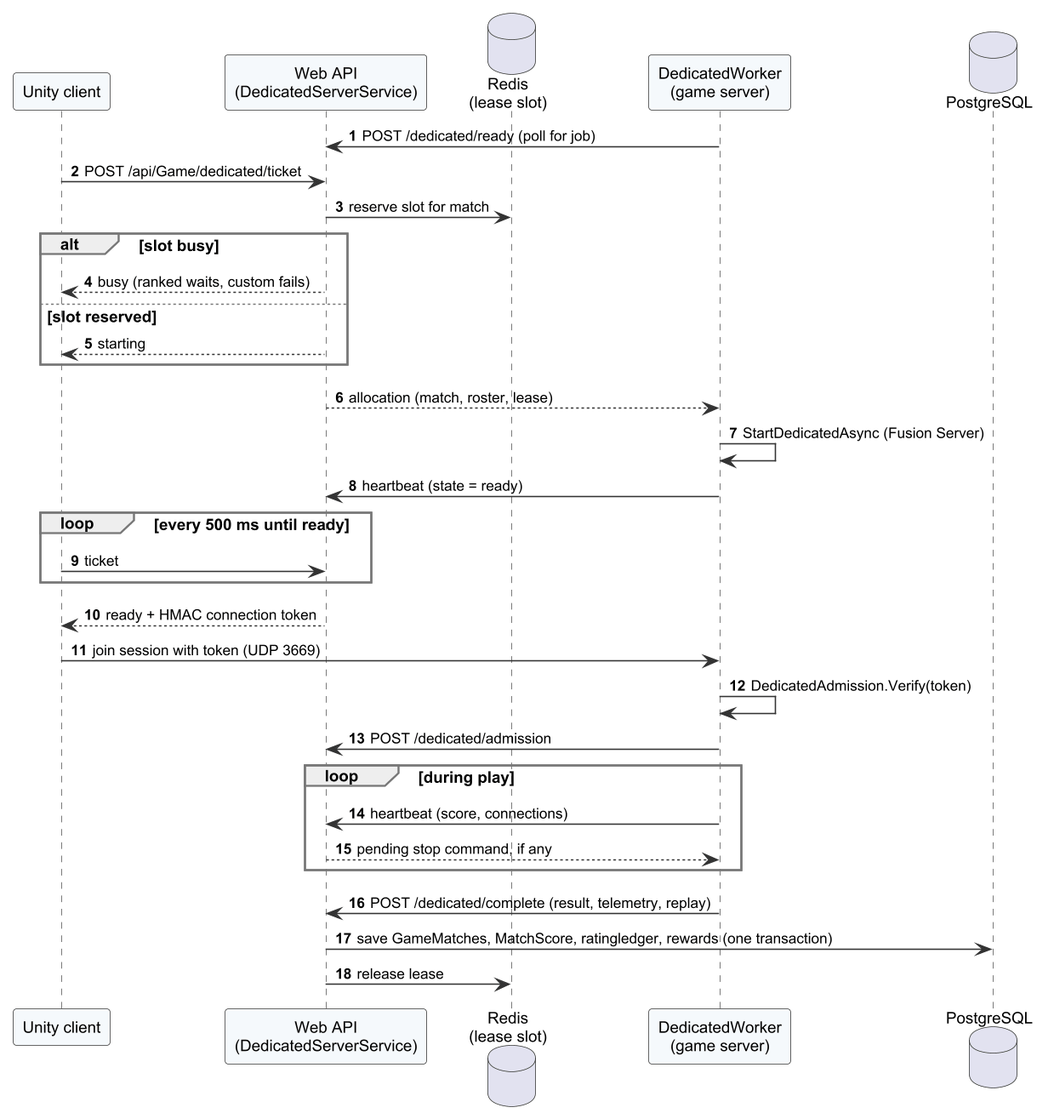
Tad-Min/PickleVerse keeps this PlantUML diagram as Doc/Project_report/Report/diagrams/png/r4_seq_dedicated.png. Above is the earlier version. The source it was exported from:
```plantuml
@startuml r4_seq_dedicated
!include _style.iuml
autonumber
skinparam responseMessageBelowArrow true

participant "Unity client" as Cl
participant "Web API\n(DedicatedServerService)" as API
database "Redis\n(lease slot)" as R
participant "DedicatedWorker\n(game server)" as W
database "PostgreSQL" as DB
W -> API : POST /dedicated/ready (poll for job)
Cl -> API : POST /api/Game/dedicated/ticket
API -> R : reserve slot for match
alt slot busy
  API --> Cl : busy (ranked waits, custom fails)
else slot reserved
  API --> Cl : starting
end
API --> W : allocation (match, roster, lease)
W -> W : StartDedicatedAsync (Fusion Server)
W -> API : heartbeat (state = ready)
loop every 500 ms until ready
  Cl -> API : ticket
end
API --> Cl : ready + HMAC connection token
Cl -> W : join session with token (UDP 3669)
W -> W : DedicatedAdmission.Verify(token)
W -> API : POST /dedicated/admission
loop during play
  W -> API : heartbeat (score, connections)
  API --> W : pending stop command, if any
end
W -> API : POST /dedicated/complete (result, telemetry, replay)
API -> DB : save GameMatches, MatchScore, ratingledger, rewards (one transaction)
API -> R : release lease
@enduml
```
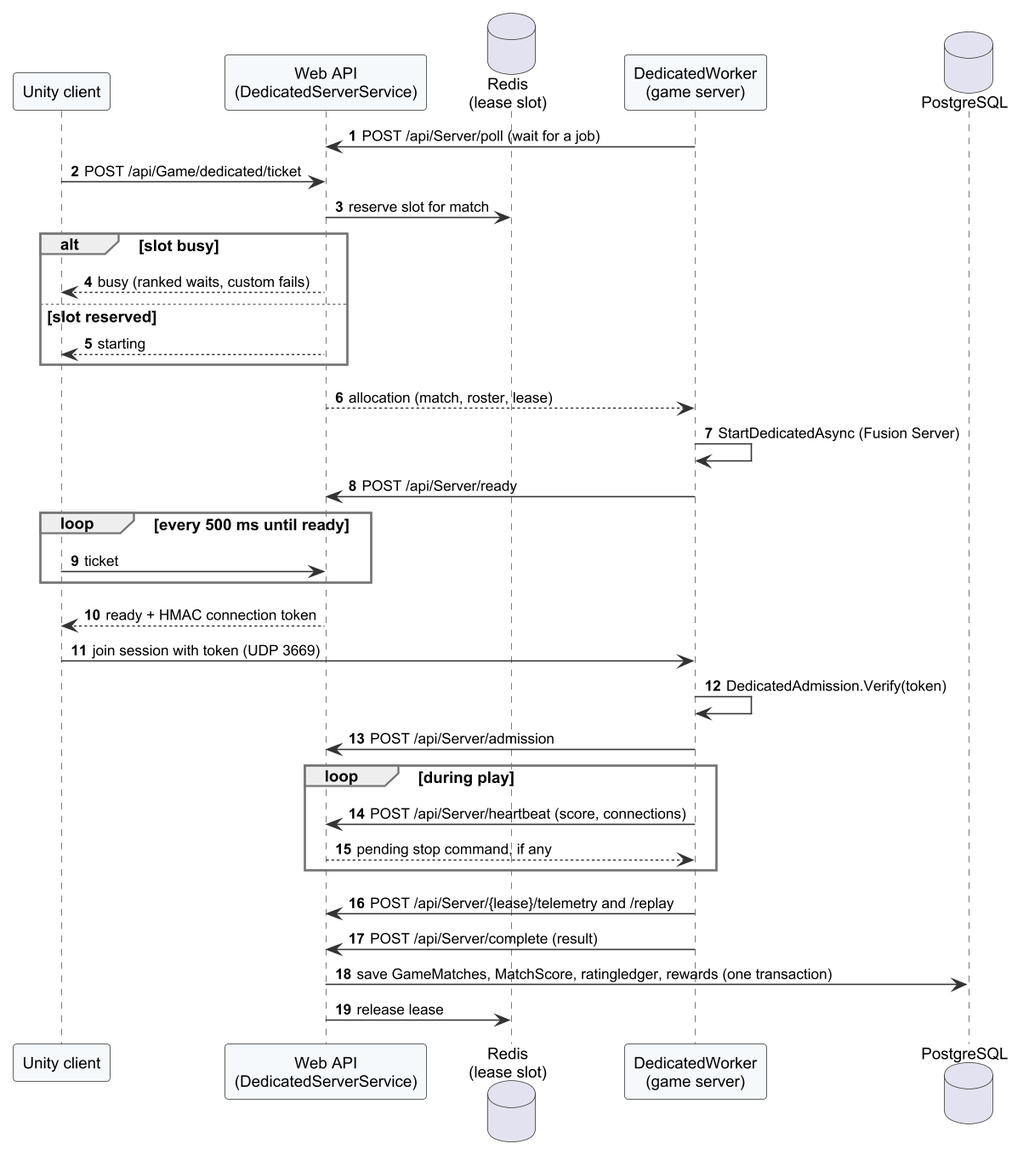
After the commit.

The edit, as a diff of the source:
```diff
@@ -8,7 +8,7 @@
 database "Redis\n(lease slot)" as R
 participant "DedicatedWorker\n(game server)" as W
 database "PostgreSQL" as DB
-W -> API : POST /dedicated/ready (poll for job)
+W -> API : POST /api/Server/poll (wait for a job)
 Cl -> API : POST /api/Game/dedicated/ticket
 API -> R : reserve slot for match
 alt slot busy
@@ -18,19 +18,20 @@
 end
 API --> W : allocation (match, roster, lease)
 W -> W : StartDedicatedAsync (Fusion Server)
-W -> API : heartbeat (state = ready)
+W -> API : POST /api/Server/ready
 loop every 500 ms until ready
   Cl -> API : ticket
 end
 API --> Cl : ready + HMAC connection token
 Cl -> W : join session with token (UDP 3669)
 W -> W : DedicatedAdmission.Verify(token)
-W -> API : POST /dedicated/admission
+W -> API : POST /api/Server/admission
 loop during play
-  W -> API : heartbeat (score, connections)
+  W -> API : POST /api/Server/heartbeat (score, connections)
   API --> W : pending stop command, if any
 end
-W -> API : POST /dedicated/complete (result, telemetry, replay)
+W -> API : POST /api/Server/{lease}/telemetry and /replay
+W -> API : POST /api/Server/complete (result)
 API -> DB : save GameMatches, MatchScore, ratingledger, rewards (one transaction)
 API -> R : release lease
 @enduml
```
